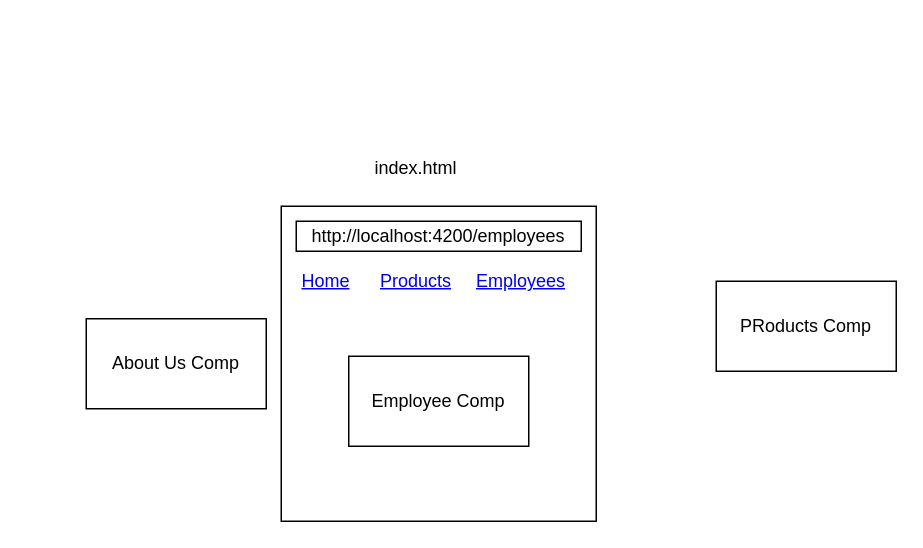
The draw.io diagram page "Page-11" (11 of 11) of references/ng-diagrams.drawio in synergy2411/ng-oct25, before the edit. Source tidied: cells renumbered, new cells numbered last; positions are measured from the earlier drawing's top-left corner, leaving out a move shared by most shapes. Both pictures are drawn from the tidied source at 150%, with x=0, y=0 at pixel (86, 146).
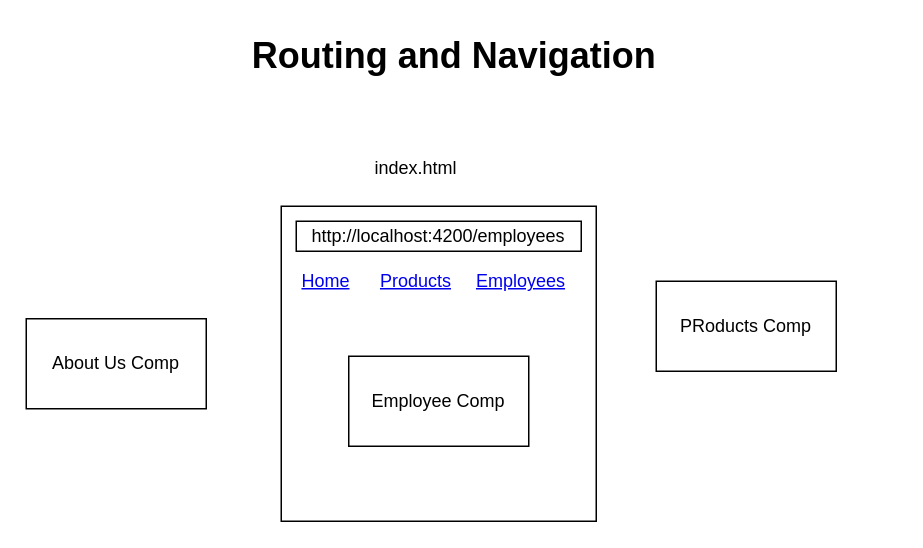
After the change.

Change to the diagram source:
```diff
@@
 <mxGraphModel>
   <root>
     <mxCell id="0" />
     <mxCell id="1" parent="0" />
     <mxCell id="2" style="rounded=0;whiteSpace=wrap;html=1;" parent="1" vertex="1">
       <mxGeometry x="130" y="40" width="210" height="210" as="geometry" />
     </mxCell>
     <mxCell id="3" value="index.html" style="text;html=1;whiteSpace=wrap;strokeColor=none;fillColor=none;align=center;verticalAlign=middle;rounded=0;" parent="1" vertex="1">
       <mxGeometry x="190" width="60" height="30" as="geometry" />
     </mxCell>
     <mxCell id="4" value="PRoducts Comp" style="rounded=0;whiteSpace=wrap;html=1;" parent="1" vertex="1">
-      <mxGeometry x="420" y="90" width="120" height="60" as="geometry" />
+      <mxGeometry x="380" y="90" width="120" height="60" as="geometry" />
     </mxCell>
     <mxCell id="5" value="Employee Comp" style="rounded=0;whiteSpace=wrap;html=1;" parent="1" vertex="1">
       <mxGeometry x="175" y="140" width="120" height="60" as="geometry" />
     </mxCell>
     <mxCell id="6" value="About Us Comp" style="rounded=0;whiteSpace=wrap;html=1;" parent="1" vertex="1">
-      <mxGeometry y="115" width="120" height="60" as="geometry" />
+      <mxGeometry x="-40" y="115" width="120" height="60" as="geometry" />
     </mxCell>
     <mxCell id="7" value="http://localhost:4200/employees" style="rounded=0;whiteSpace=wrap;html=1;" parent="1" vertex="1">
       <mxGeometry x="140" y="50" width="190" height="20" as="geometry" />
     </mxCell>
     <mxCell id="8" value="Home" style="text;html=1;strokeColor=none;fillColor=none;whiteSpace=wrap;align=center;verticalAlign=middle;fontColor=#0000EE;fontStyle=4;" parent="1" vertex="1">
       <mxGeometry x="130" y="70" width="60" height="40" as="geometry" />
     </mxCell>
     <mxCell id="9" value="Products" style="text;html=1;strokeColor=none;fillColor=none;whiteSpace=wrap;align=center;verticalAlign=middle;fontColor=#0000EE;fontStyle=4;" parent="1" vertex="1">
       <mxGeometry x="190" y="70" width="60" height="40" as="geometry" />
     </mxCell>
     <mxCell id="10" value="Employees" style="text;html=1;strokeColor=none;fillColor=none;whiteSpace=wrap;align=center;verticalAlign=middle;fontColor=#0000EE;fontStyle=4;" parent="1" vertex="1">
       <mxGeometry x="260" y="70" width="60" height="40" as="geometry" />
     </mxCell>
+    <mxCell id="11" value="Routing and Navigation" style="text;strokeColor=none;fillColor=none;html=1;fontSize=24;fontStyle=1;verticalAlign=middle;align=center;" parent="1" vertex="1">
+      <mxGeometry x="195" y="-80" width="100" height="40" as="geometry" />
+    </mxCell>
   </root>
 </mxGraphModel>
```
